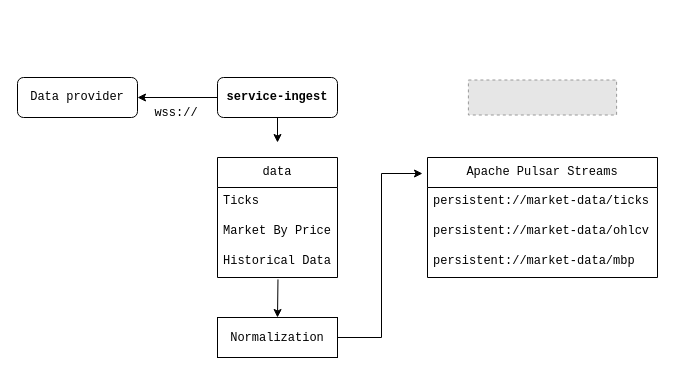
Before: backend/service-docs/docs/assets/service-ingest.drawio in rey-sudo/blacker, a draw.io diagram. Source tidied: cells renumbered, new cells numbered last; positions are measured from the earlier drawing's top-left corner, leaving out a move shared by most shapes. Both pictures are drawn from the tidied source at 100%, with x=0, y=0 at pixel (17, 17). Pictures stored in the file or linked from it are replaced by grey dashed boxes.
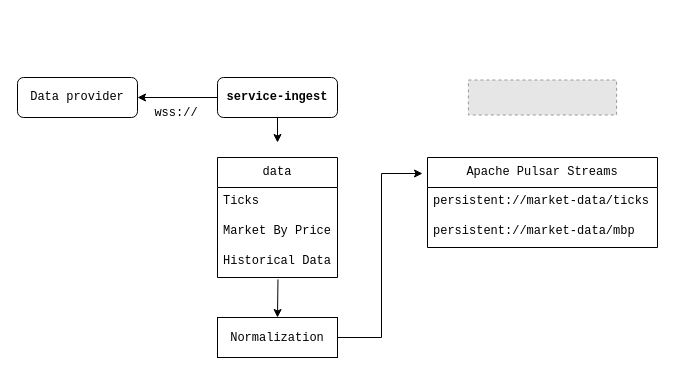
After the change.

Commit message (it also covers changes not shown here):
update  : service-ingest/docs

The edit, as a diff of the source:
```diff
@@
     <mxCell id="12" value="Apache Pulsar Streams" style="swimlane;fontStyle=0;horizontal=1;startSize=30;whiteSpace=wrap;html=1;fontSize=12;fontFamily=Courier New;verticalAlign=middle;" parent="1" vertex="1">
-      <mxGeometry x="410" y="140" width="230" height="120" as="geometry" />
+      <mxGeometry x="410" y="140" width="230" height="90" as="geometry" />
     </mxCell>
@@
-    <mxCell id="14" value="&lt;div&gt;persistent://market-data/ohlcv&lt;/div&gt;" style="text;strokeColor=none;fillColor=none;align=left;verticalAlign=top;spacingLeft=4;spacingRight=4;overflow=hidden;whiteSpace=wrap;html=1;fontSize=12;fontFamily=Courier New;" parent="12" vertex="1">
-      <mxGeometry y="60" width="230" height="30" as="geometry" />
-    </mxCell>
     <mxCell id="15" value="&lt;div&gt;persistent://market-data/mbp&lt;/div&gt;&lt;div&gt;&lt;br&gt;&lt;/div&gt;" style="text;strokeColor=none;fillColor=none;align=left;verticalAlign=top;spacingLeft=4;spacingRight=4;overflow=hidden;whiteSpace=wrap;html=1;fontSize=12;fontFamily=Courier New;" parent="12" vertex="1">
-      <mxGeometry y="90" width="230" height="30" as="geometry" />
+      <mxGeometry y="60" width="230" height="30" as="geometry" />
     </mxCell>
```
